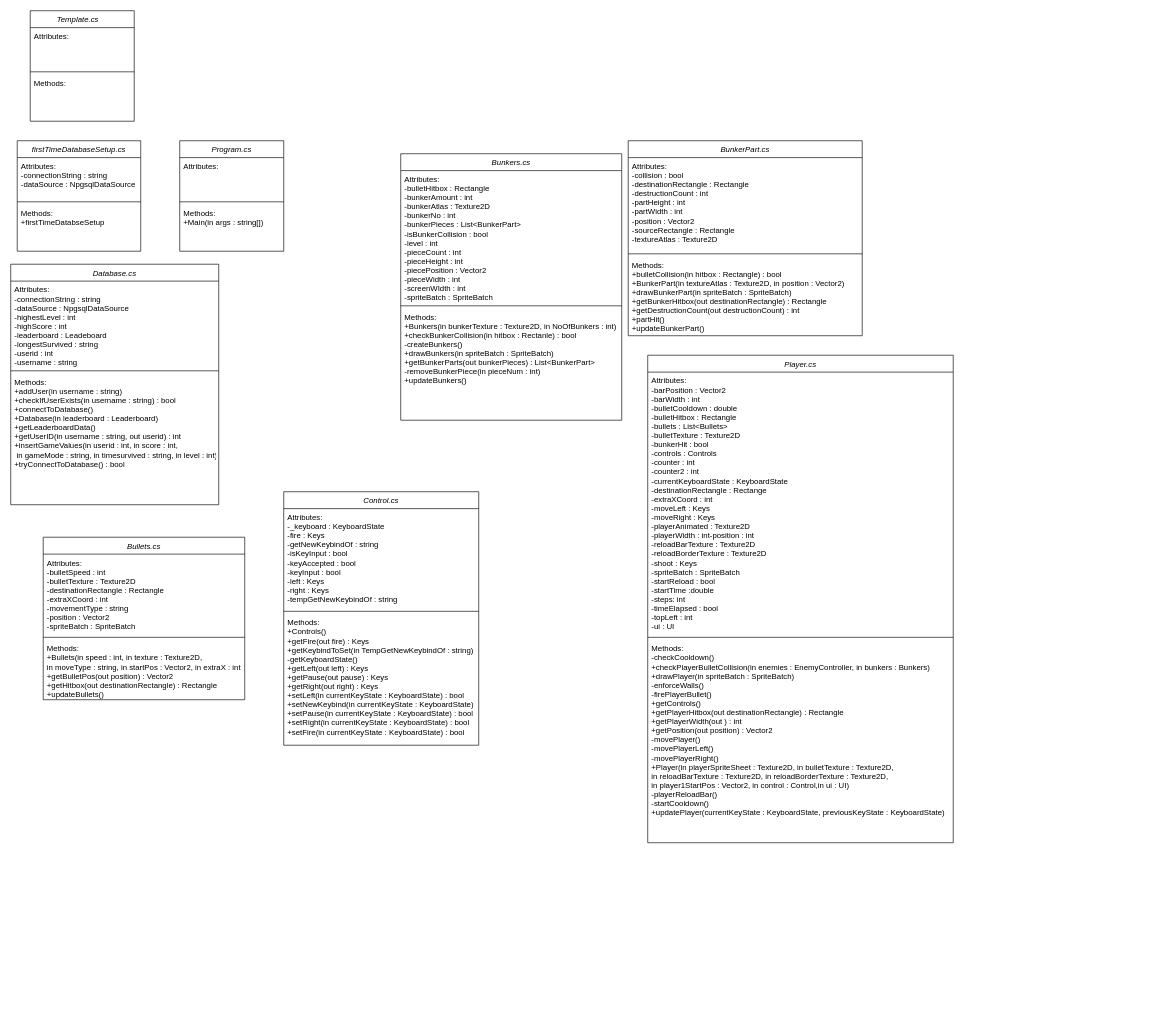
Above: Diagrams/ClassDiagramFinal.drawio in Ferogreywolf7/Alien-Attack (draw.io), before the change. Source tidied: cells renumbered, new cells numbered last; positions are measured from the earlier drawing's top-left corner, leaving out a move shared by most shapes. Both pictures are drawn from the tidied source at 65%, with x=0, y=0 at pixel (10, 10).
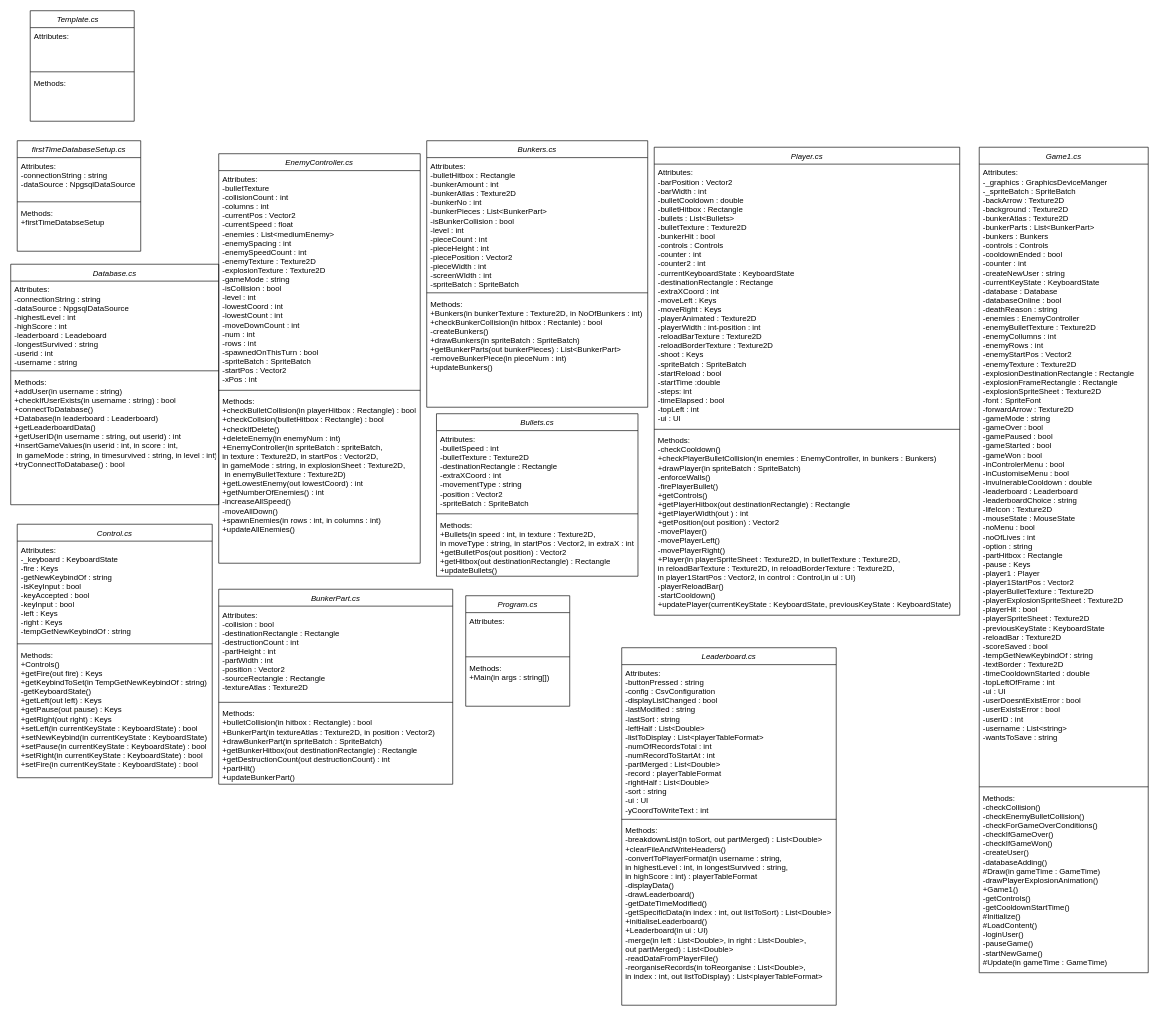
The same page after the edit.

Diff of the diagram source:
```diff
@@
     <mxCell id="2" value="BunkerPart.cs" style="swimlane;fontStyle=2;align=center;verticalAlign=top;horizontal=1;startSize=26;rounded=0;shadow=0;strokeWidth=1;" parent="1" vertex="1">
-      <mxGeometry x="950" y="200" width="360" height="300" as="geometry" />
+      <mxGeometry x="320" y="890" width="360" height="300" as="geometry" />
     </mxCell>
@@
     <mxCell id="10" value="Bunkers.cs" style="swimlane;fontStyle=2;align=center;verticalAlign=top;horizontal=1;startSize=26;rounded=0;shadow=0;strokeWidth=1;" parent="1" vertex="1">
-      <mxGeometry x="600" y="220" width="340" height="410" as="geometry" />
+      <mxGeometry x="640" y="200" width="340" height="410" as="geometry" />
     </mxCell>
@@
     <mxCell id="14" value="Program.cs" style="swimlane;fontStyle=2;align=center;verticalAlign=top;horizontal=1;startSize=26;rounded=0;shadow=0;strokeWidth=1;" parent="1" vertex="1">
-      <mxGeometry x="260" y="200" width="160" height="170" as="geometry" />
+      <mxGeometry x="700" y="900" width="160" height="170" as="geometry" />
     </mxCell>
@@
     <mxCell id="26" value="Player.cs" style="swimlane;fontStyle=2;align=center;verticalAlign=top;horizontal=1;startSize=26;rounded=0;shadow=0;strokeWidth=1;" parent="1" vertex="1">
-      <mxGeometry x="980" y="530" width="470" height="750" as="geometry" />
+      <mxGeometry x="990" y="210" width="470" height="720" as="geometry" />
     </mxCell>
@@
     <mxCell id="30" value="Control.cs" style="swimlane;fontStyle=2;align=center;verticalAlign=top;horizontal=1;startSize=26;rounded=0;shadow=0;strokeWidth=1;" parent="1" vertex="1">
-      <mxGeometry x="420" y="740" width="300" height="390" as="geometry" />
+      <mxGeometry x="10" y="790" width="300" height="390" as="geometry" />
     </mxCell>
@@
     <mxCell id="34" value="Bullets.cs" style="swimlane;fontStyle=2;align=center;verticalAlign=top;horizontal=1;startSize=26;rounded=0;shadow=0;strokeWidth=1;" parent="1" vertex="1">
-      <mxGeometry x="50" y="810" width="310" height="250" as="geometry" />
+      <mxGeometry x="655" y="620" width="310" height="250" as="geometry" />
     </mxCell>
@@
+    <mxCell id="38" value="EnemyController.cs" style="swimlane;fontStyle=2;align=center;verticalAlign=top;horizontal=1;startSize=26;rounded=0;shadow=0;strokeWidth=1;" parent="1" vertex="1">
+      <mxGeometry x="320" y="220" width="310" height="630" as="geometry" />
+    </mxCell>
+    <mxCell id="39" value="Attributes:&#10;-bulletTexture&#10;-collisionCount : int&#10;-columns : int&#10;-currentPos : Vector2&#10;-currentSpeed : float&#10;-enemies : List&lt;mediumEnemy&gt;&#10;-enemySpacing : int&#10;-enemySpeedCount : int&#10;-enemyTexture : Texture2D&#10;-explosionTexture : Texture2D&#10;-gameMode : string&#10;-isCollision : bool&#10;-level : int&#10;-lowestCoord : int&#10;-lowestCount : int&#10;-moveDownCount : int&#10;-num : int&#10;-rows : int&#10;-spawnedOnThisTurn : bool&#10;-spriteBatch : SpriteBatch&#10;-startPos : Vector2&#10;-xPos : int" style="text;align=left;verticalAlign=top;spacingLeft=4;spacingRight=4;overflow=hidden;" parent="38" vertex="1">
+      <mxGeometry y="26" width="310" height="334" as="geometry" />
+    </mxCell>
+    <mxCell id="40" style="line;html=1;strokeWidth=1;align=left;verticalAlign=middle;spacingTop=-1;spacingLeft=3;spacingRight=3;labelPosition=right;" parent="38" vertex="1">
+      <mxGeometry y="360" width="310" height="8" as="geometry" />
+    </mxCell>
+    <mxCell id="41" value="Methods:&#10;+checkBulletCollision(in playerHitbox : Rectangle) : bool&#10;+checkCollsion(bulletHitbox : Rectangle) : bool&#10;+checkIfDelete()&#10;+deleteEnemy(in enemyNum : int)&#10;+EnemyController(in spriteBatch : spriteBatch, &#10;in texture : Texture2D, in startPos : Vector2D, &#10;in gameMode : string, in explosionSheet : Texture2D,&#10; in enemyBulletTexture : Texture2D)&#10;+getLowestEnemy(out lowestCoord) : int&#10;+getNumberOfEnemies() : int&#10;-increaseAllSpeed()&#10;-moveAllDown()&#10;+spawnEnemies(in rows : int, in columns : int)&#10;+updateAllEnemies()" style="text;align=left;verticalAlign=top;spacingLeft=4;spacingRight=4;overflow=hidden;" parent="38" vertex="1">
+      <mxGeometry y="368" width="310" height="262" as="geometry" />
+    </mxCell>
+    <mxCell id="42" value="Game1.cs" style="swimlane;fontStyle=2;align=center;verticalAlign=top;horizontal=1;startSize=26;rounded=0;shadow=0;strokeWidth=1;" parent="1" vertex="1">
+      <mxGeometry x="1490" y="210" width="260" height="1270" as="geometry" />
+    </mxCell>
+    <mxCell id="43" value="Attributes:&#10;-_graphics : GraphicsDeviceManger&#10;-_spriteBatch : SpriteBatch&#10;-backArrow : Texture2D&#10;-background : Texture2D&#10;-bunkerAtlas : Texture2D&#10;-bunkerParts : List&lt;BunkerPart&gt;&#10;-bunkers : Bunkers&#10;-controls : Controls&#10;-cooldownEnded : bool&#10;-counter : int&#10;-createNewUser : string&#10;-currentKeyState : KeyboardState&#10;-database : Database&#10;-databaseOnline : bool&#10;-deathReason : string&#10;-enemies : EnemyController&#10;-enemyBulletTexture : Texture2D&#10;-enemyCollumns : int&#10;-enemyRows : int&#10;-enemyStartPos : Vector2&#10;-enemyTexture : Texture2D&#10;-explosionDestinationRectangle : Rectangle&#10;-explosionFrameRectangle : Rectangle&#10;-explosionSpriteSheet : Texture2D&#10;-font : SpriteFont&#10;-forwardArrow : Texture2D&#10;-gameMode : string&#10;-gameOver : bool&#10;-gamePaused : bool&#10;-gameStarted : bool&#10;-gameWon : bool&#10;-inControlerMenu : bool&#10;-inCustomiseMenu : bool&#10;-invulnerableCooldown : double&#10;-leaderboard : Leaderboard&#10;-leaderboardChoice : string&#10;-lifeIcon : Texture2D&#10;-mouseState : MouseState&#10;-noMenu : bool&#10;-noOfLives : int&#10;-option : string&#10;-partHitbox : Rectangle&#10;-pause : Keys&#10;-player1 : Player&#10;-player1StartPos : Vector2&#10;-playerBulletTexture : Texture2D&#10;-playerExplosionSpriteSheet : Texture2D&#10;-playerHit : bool&#10;-playerSpriteSheet : Texture2D&#10;-previousKeyState : KeyboardState&#10;-reloadBar : Texture2D&#10;-scoreSaved : bool&#10;-tempGetNewKeybindOf : string&#10;-textBorder : Texture2D&#10;-timeCooldownStarted : double&#10;-topLeftOfFrame : int&#10;-ui : UI&#10;-userDoesntExistError : bool&#10;-userExistsError : bool&#10;-userID : int&#10;-username : List&lt;string&gt;&#10;-wantsToSave : string" style="text;align=left;verticalAlign=top;spacingLeft=4;spacingRight=4;overflow=hidden;" parent="42" vertex="1">
+      <mxGeometry y="26" width="260" height="954" as="geometry" />
+    </mxCell>
+    <mxCell id="44" style="line;html=1;strokeWidth=1;align=left;verticalAlign=middle;spacingTop=-1;spacingLeft=3;spacingRight=3;labelPosition=right;" parent="42" vertex="1">
+      <mxGeometry y="980" width="260" height="8" as="geometry" />
+    </mxCell>
+    <mxCell id="45" value="Methods:&#10;-checkCollision()&#10;-checkEnemyBulletCollision()&#10;-checkForGameOverConditions()&#10;-checkIfGameOver()&#10;-checkIfGameWon()&#10;-createUser()&#10;-databaseAdding()&#10;#Draw(in gameTime : GameTime)&#10;-drawPlayerExplosionAnimation()&#10;+Game1()&#10;-getControls()&#10;-getCooldownStartTime()&#10;#Initialize()&#10;#LoadContent()&#10;-loginUser()&#10;-pauseGame()&#10;-startNewGame()&#10;#Update(in gameTime : GameTime)" style="text;align=left;verticalAlign=top;spacingLeft=4;spacingRight=4;overflow=hidden;" parent="42" vertex="1">
+      <mxGeometry y="988" width="260" height="282" as="geometry" />
+    </mxCell>
+    <mxCell id="46" value="Leaderboard.cs" style="swimlane;fontStyle=2;align=center;verticalAlign=top;horizontal=1;startSize=26;rounded=0;shadow=0;strokeWidth=1;" parent="1" vertex="1">
+      <mxGeometry x="940" y="980" width="330" height="550" as="geometry" />
+    </mxCell>
+    <mxCell id="47" value="Attributes:&#10;-buttonPressed : string&#10;-config : CsvConfiguration&#10;-displayListChanged : bool&#10;-lastModified : string&#10;-lastSort : string&#10;-leftHalf : List&lt;Double&gt;&#10;-listToDisplay : List&lt;playerTableFormat&gt;&#10;-numOfRecordsTotal : int&#10;-numRecordToStartAt : int&#10;-partMerged : List&lt;Double&gt;&#10;-record : playerTableFormat&#10;-rightHalf : List&lt;Double&gt;&#10;-sort : string&#10;-ui : UI&#10;-yCoordToWriteText : int" style="text;align=left;verticalAlign=top;spacingLeft=4;spacingRight=4;overflow=hidden;" parent="46" vertex="1">
+      <mxGeometry y="26" width="330" height="234" as="geometry" />
+    </mxCell>
+    <mxCell id="48" style="line;html=1;strokeWidth=1;align=left;verticalAlign=middle;spacingTop=-1;spacingLeft=3;spacingRight=3;labelPosition=right;" parent="46" vertex="1">
+      <mxGeometry y="260" width="330" height="8" as="geometry" />
+    </mxCell>
+    <mxCell id="49" value="Methods:&#10;-breakdownList(in toSort, out partMerged) : List&lt;Double&gt;&#10;+clearFileAndWriteHeaders()&#10;-convertToPlayerFormat(in username : string, &#10;in highestLevel : int, in longestSurvived : string, &#10;in highScore : int) : playerTableFormat&#10;-displayData()&#10;-drawLeaderboard()&#10;-getDateTimeModified()&#10;-getSpecificData(in index : int, out listToSort) : List&lt;Double&gt;&#10;+initialiseLeaderboard()&#10;+Leaderboard(in ui : UI)&#10;-merge(in left : List&lt;Double&gt;, in right : List&lt;Double&gt;, &#10;out partMerged) : List&lt;Double&gt;&#10;-readDataFromPlayerFile()&#10;-reorganiseRecords(in toReorganise : List&lt;Double&gt;, &#10;in index : int, out listToDisplay) : List&lt;playerTableFormat&gt;" style="text;align=left;verticalAlign=top;spacingLeft=4;spacingRight=4;overflow=hidden;" parent="46" vertex="1">
+      <mxGeometry y="268" width="330" height="282" as="geometry" />
+    </mxCell>
```
